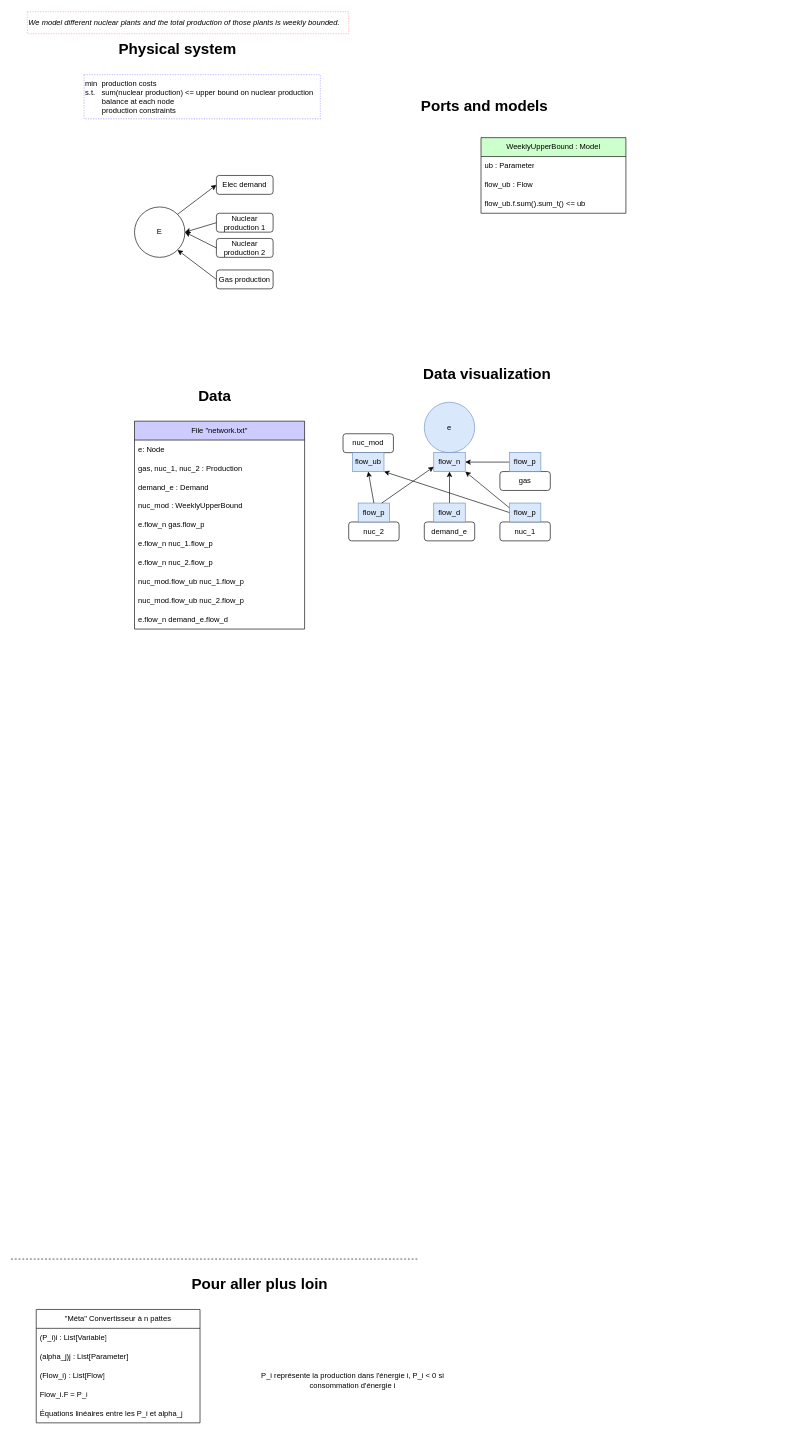
Above: models-design/systems/nuclear_modulation.drawio in AntaresSimulatorTeam/andromede-modeling-prototype (draw.io), before the change. Source tidied: cells renumbered, new cells numbered last; positions are measured from the earlier drawing's top-left corner, leaving out a move shared by most shapes. Both pictures are drawn from the tidied source at 63%, with x=0, y=0 at pixel (11, 11).
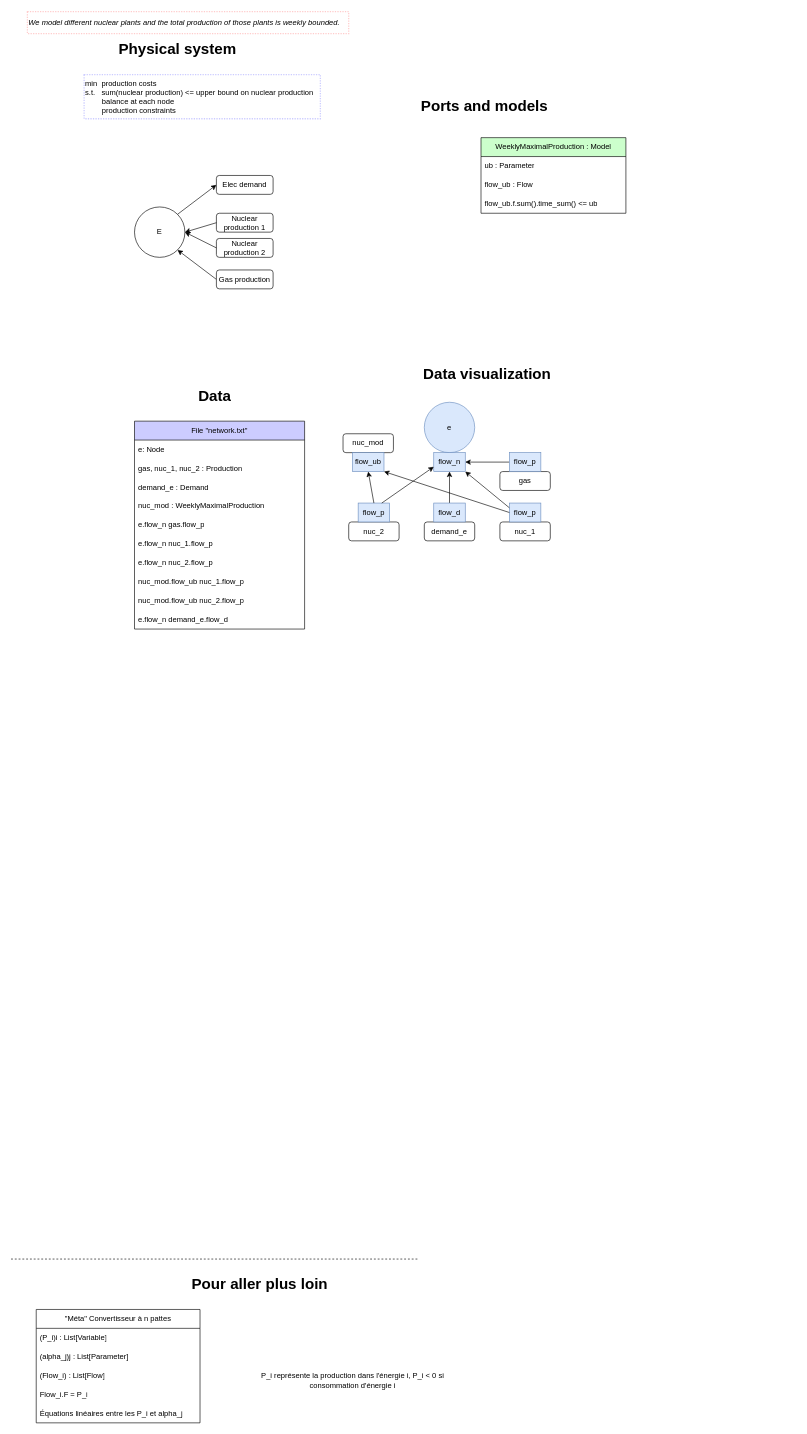
Above is the later version.

Commit message (it also covers changes not shown here):
Small corrections on names and temporal sums

The change refers to these unchanged cells:
```xml
<mxCell id="11" style="group;" parent="1" vertex="1">
  <mxGeometry x="527" y="130" width="719" height="480" as="geometry" />
</mxCell>
<mxCell id="18" value="File &quot;network.txt&quot;" style="swimlane;fontStyle=0;horizontal=1;startSize=30;whiteSpace=wrap;html=1;fillColor=#CCCCFF;" parent="17" vertex="1">
  <mxGeometry x="87.5" y="60" width="270" height="330" as="geometry" />
</mxCell>
```

Change to the diagram source:
```diff
@@
-    <mxCell id="13" value="WeeklyUpperBound : Model" style="swimlane;fontStyle=0;horizontal=1;startSize=30;whiteSpace=wrap;html=1;fillColor=#CCFFCC;fontColor=#000000;" parent="11" vertex="1">
+    <mxCell id="13" value="WeeklyMaximalProduction : Model" style="swimlane;fontStyle=0;horizontal=1;startSize=30;whiteSpace=wrap;html=1;fillColor=#CCFFCC;fontColor=#000000;" parent="11" vertex="1">
       <mxGeometry x="219" y="70" width="230" height="120" as="geometry" />
     </mxCell>
@@
-    <mxCell id="16" value="flow_ub.f.sum().sum_t() &amp;lt;= ub" style="text;strokeColor=none;fillColor=none;align=left;verticalAlign=middle;spacingLeft=4;spacingRight=4;overflow=hidden;whiteSpace=wrap;html=1;" parent="13" vertex="1">
+    <mxCell id="16" value="flow_ub.f.sum().time_sum() &amp;lt;= ub" style="text;strokeColor=none;fillColor=none;align=left;verticalAlign=middle;spacingLeft=4;spacingRight=4;overflow=hidden;whiteSpace=wrap;html=1;" parent="13" vertex="1">
       <mxGeometry y="90" width="230" height="30" as="geometry" />
     </mxCell>
@@
-    <mxCell id="22" value="nuc_mod : WeeklyUpperBound" style="text;strokeColor=none;fillColor=none;align=left;verticalAlign=middle;spacingLeft=4;spacingRight=4;overflow=hidden;whiteSpace=wrap;html=1;" parent="18" vertex="1">
+    <mxCell id="22" value="nuc_mod :&amp;nbsp;&lt;span style=&quot;text-align: center;&quot;&gt;WeeklyMaximalProduction&lt;/span&gt;" style="text;strokeColor=none;fillColor=none;align=left;verticalAlign=middle;spacingLeft=4;spacingRight=4;overflow=hidden;whiteSpace=wrap;html=1;" parent="18" vertex="1">
       <mxGeometry y="120" width="270" height="30" as="geometry" />
     </mxCell>
```
